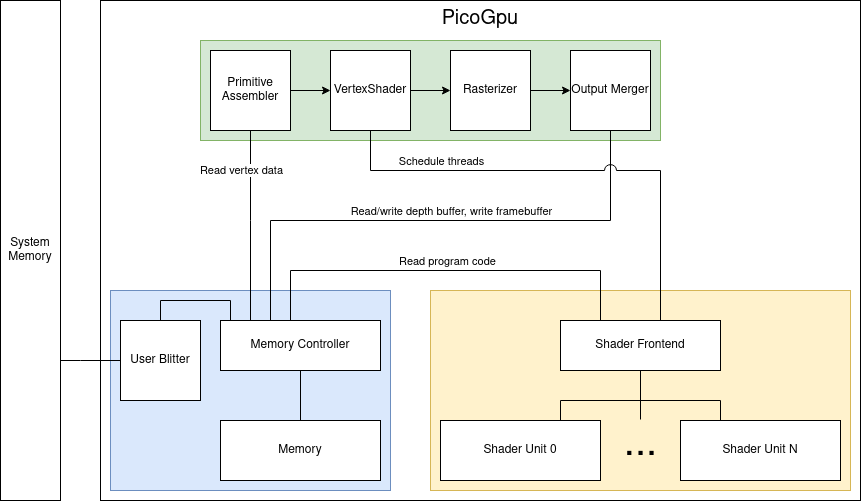
This is img/architecture.png from DziubanMaciej/PicoGpu, a draw.io export, as it was before one commit. Source tidied: cells renumbered, new cells last; positions are measured from the earlier drawing's top-left corner, leaving out a move shared by most shapes.
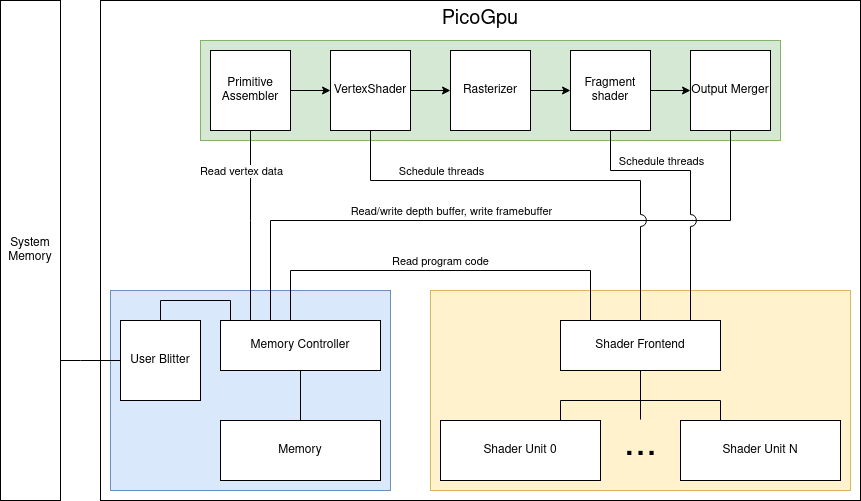
Later version of the same file.

What changed in the source:
```diff
@@ -12,7 +12,7 @@
       <mxGeometry x="430" y="290" width="420" height="200" as="geometry" />
     </mxCell>
     <mxCell id="5" style="rounded=0;whiteSpace=wrap;html=1;fontSize=11;fillColor=#d5e8d4;strokeColor=#82b366;verticalAlign=top;" parent="1" vertex="1">
-      <mxGeometry x="200" y="40" width="460" height="100" as="geometry" />
+      <mxGeometry x="200" y="40" width="580" height="100" as="geometry" />
     </mxCell>
     <mxCell id="6" style="edgeStyle=orthogonalEdgeStyle;rounded=0;jettySize=auto;html=1;" parent="1" edge="1" source="7" target="24">
       <mxGeometry relative="1" as="geometry" />
@@ -20,7 +20,7 @@
     <mxCell id="7" value="&lt;div&gt;Primitive Assembler&lt;/div&gt;" style="whiteSpace=wrap;html=1;" parent="1" vertex="1">
       <mxGeometry x="210" y="50" width="80" height="80" as="geometry" />
     </mxCell>
-    <mxCell id="8" style="edgeStyle=orthogonalEdgeStyle;rounded=0;jettySize=auto;html=1;" parent="1" edge="1" source="9" target="12">
+    <mxCell id="8" style="edgeStyle=orthogonalEdgeStyle;rounded=0;jettySize=auto;html=1;" parent="1" edge="1" source="9" target="38">
       <mxGeometry relative="1" as="geometry" />
     </mxCell>
     <mxCell id="9" value="&lt;div&gt;Rasterizer&lt;/div&gt;" style="rounded=0;whiteSpace=wrap;html=1;" parent="1" vertex="1">
@@ -29,18 +29,18 @@
     <mxCell id="10" style="edgeStyle=orthogonalEdgeStyle;rounded=0;jettySize=auto;html=1;startArrow=none;startFill=0;endArrow=none;endFill=0;" parent="1" edge="1" source="12" target="19">
       <mxGeometry relative="1" as="geometry">
         <Array as="points">
-          <mxPoint x="610" y="220" />
+          <mxPoint x="730" y="220" />
           <mxPoint x="270" y="220" />
         </Array>
       </mxGeometry>
     </mxCell>
     <mxCell id="11" value="Read/write depth buffer, write framebuffer" style="edgeLabel;html=1;align=center;verticalAlign=middle;" parent="10" vertex="1">
       <mxGeometry x="-0.25" y="2" relative="1" as="geometry">
-        <mxPoint x="-51" y="-12" as="offset" />
+        <mxPoint x="-126" y="-12" as="offset" />
       </mxGeometry>
     </mxCell>
     <mxCell id="12" value="Output Merger" style="rounded=0;whiteSpace=wrap;html=1;" parent="1" vertex="1">
-      <mxGeometry x="570" y="50" width="80" height="80" as="geometry" />
+      <mxGeometry x="690" y="50" width="80" height="80" as="geometry" />
     </mxCell>
     <mxCell id="13" style="edgeStyle=orthogonalEdgeStyle;rounded=0;jettySize=auto;html=1;startArrow=none;startFill=0;endArrow=none;endFill=0;" parent="1" edge="1" source="14" target="20">
       <mxGeometry relative="1" as="geometry">
@@ -84,16 +84,21 @@
     <mxCell id="22" style="edgeStyle=orthogonalEdgeStyle;rounded=0;jettySize=auto;html=1;fontSize=11;startArrow=none;startFill=0;endArrow=none;endFill=0;jumpStyle=arc;jumpSize=12;" parent="1" edge="1" source="24" target="33">
       <mxGeometry relative="1" as="geometry">
         <Array as="points">
-          <mxPoint x="370" y="170" />
-          <mxPoint x="660" y="170" />
+          <mxPoint x="370" y="180" />
+          <mxPoint x="640" y="180" />
         </Array>
       </mxGeometry>
     </mxCell>
     <mxCell id="23" value="&lt;font style=&quot;font-size: 11px;&quot;&gt;Schedule threads&lt;br style=&quot;font-size: 11px;&quot;&gt;&lt;/font&gt;" style="edgeLabel;html=1;align=center;verticalAlign=middle;fontSize=11;" parent="22" vertex="1">
       <mxGeometry x="0.59" relative="1" as="geometry">
-        <mxPoint x="-220" y="-62" as="offset" />
+        <mxPoint x="-200" y="-56" as="offset" />
       </mxGeometry>
     </mxCell>
+    <mxCell id="35" value="&lt;font style=&quot;font-size: 11px;&quot;&gt;Schedule threads&lt;br style=&quot;font-size: 11px;&quot;&gt;&lt;/font&gt;" style="edgeLabel;html=1;align=center;verticalAlign=middle;fontSize=11;" parent="22" vertex="1">
+      <mxGeometry x="0.59" relative="1" as="geometry">
+        <mxPoint x="20" y="-66" as="offset" />
+      </mxGeometry>
+    </mxCell>
     <mxCell id="24" value="VertexShader" style="rounded=0;whiteSpace=wrap;html=1;" parent="1" vertex="1">
       <mxGeometry x="330" y="50" width="80" height="80" as="geometry" />
     </mxCell>
@@ -125,7 +130,7 @@
     <mxCell id="30" style="edgeStyle=orthogonalEdgeStyle;rounded=0;jumpStyle=arc;jumpSize=12;jettySize=auto;html=1;fontSize=11;startArrow=none;startFill=0;endArrow=none;endFill=0;" parent="1" edge="1" source="33" target="19">
       <mxGeometry relative="1" as="geometry">
         <Array as="points">
-          <mxPoint x="600" y="270" />
+          <mxPoint x="590" y="270" />
           <mxPoint x="290" y="270" />
         </Array>
       </mxGeometry>
@@ -151,5 +156,19 @@
         </Array>
       </mxGeometry>
     </mxCell>
+    <mxCell id="36" style="edgeStyle=orthogonalEdgeStyle;rounded=0;jettySize=auto;html=1;" parent="1" edge="1" source="38" target="12">
+      <mxGeometry relative="1" as="geometry" />
+    </mxCell>
+    <mxCell id="37" style="edgeStyle=orthogonalEdgeStyle;rounded=0;jettySize=auto;html=1;endArrow=none;endFill=0;jumpStyle=arc;jumpSize=12;" parent="1" edge="1" source="38" target="33">
+      <mxGeometry relative="1" as="geometry">
+        <Array as="points">
+          <mxPoint x="610" y="170" />
+          <mxPoint x="690" y="170" />
+        </Array>
+      </mxGeometry>
+    </mxCell>
+    <mxCell id="38" value="Fragment shader" style="rounded=0;whiteSpace=wrap;html=1;" parent="1" vertex="1">
+      <mxGeometry x="570" y="50" width="80" height="80" as="geometry" />
+    </mxCell>
   </root>
 </mxGraphModel>
```
